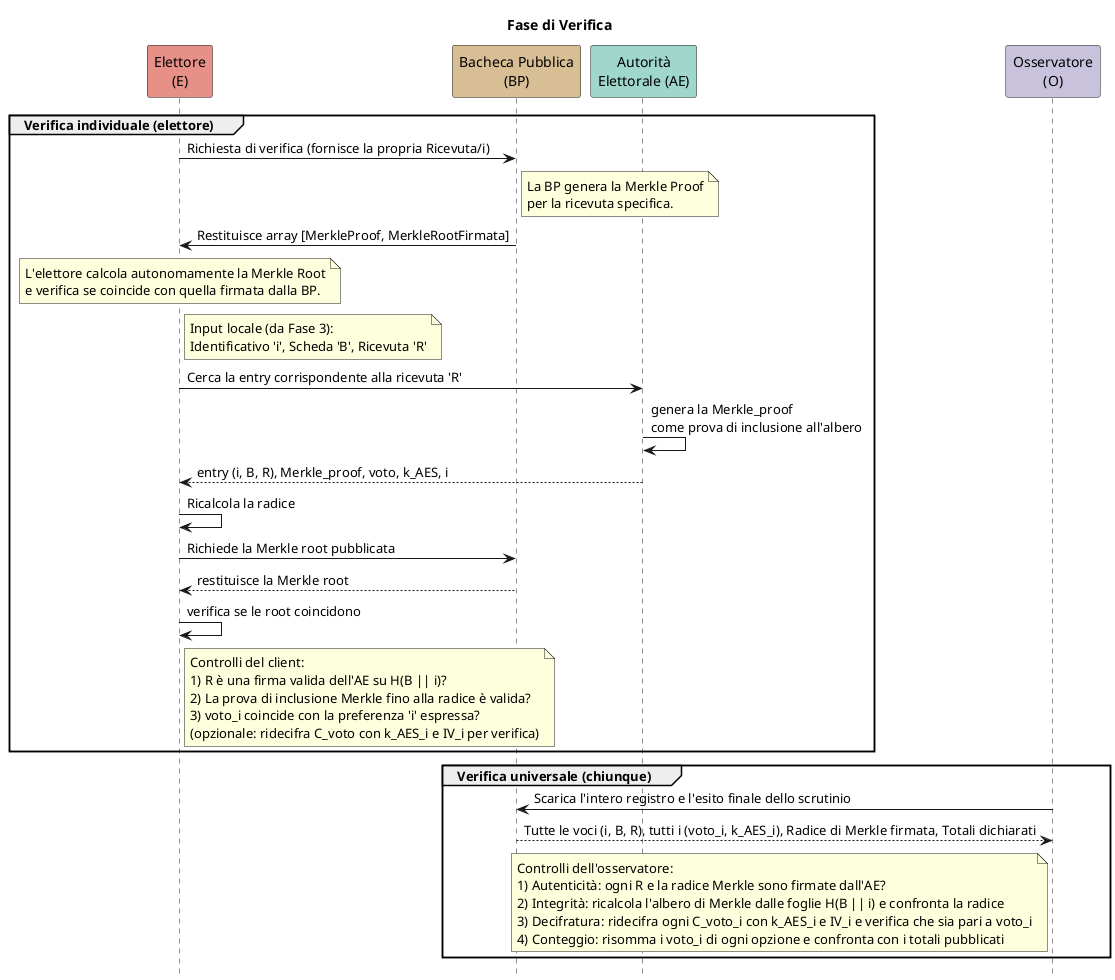
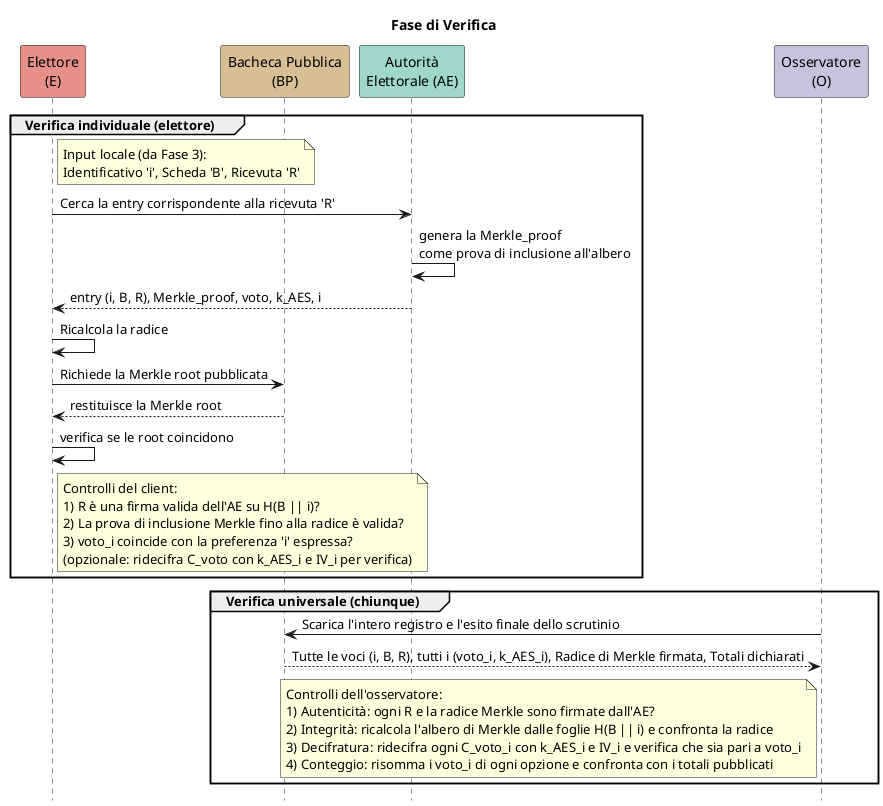
@startuml

hide footbox
title Fase di Verifica

participant "Elettore\n(E)" as E #e79088
participant "Bacheca Pubblica\n(BP)" as BP #d8be94
participant "Autorità\nElettorale (AE)" as AE #a0d7cc
participant "Osservatore\n(O)" as O #c9c2dd

group Verifica individuale (elettore)
- 
- E -> BP: Richiesta di verifica (fornisce la propria Ricevuta/i)
- note right of BP: La BP genera la Merkle Proof\nper la ricevuta specifica.
- 
- BP -> E: Restituisce array [MerkleProof, MerkleRootFirmata]
- 
- note over E: L'elettore calcola autonomamente la Merkle Root\ne verifica se coincide con quella firmata dalla BP.
    note right of E
        Input locale (da Fase 3):
        Identificativo 'i', Scheda 'B', Ricevuta 'R'
    end note

    E -> AE: Cerca la entry corrispondente alla ricevuta 'R'
    AE -> AE: genera la Merkle_proof \ncome prova di inclusione all'albero
    AE --> E: entry (i, B, R), Merkle_proof, voto, k_AES, i

    E -> E: Ricalcola la radice

    E -> BP: Richiede la Merkle root pubblicata
    BP --> E: restituisce la Merkle root

    E -> E: verifica se le root coincidono

    note right of E
        Controlli del client:
        1) R è una firma valida dell'AE su H(B || i)?
        2) La prova di inclusione Merkle fino alla radice è valida?
        3) voto_i coincide con la preferenza 'i' espressa?
        (opzionale: ridecifra C_voto con k_AES_i e IV_i per verifica)
    end note
end

group Verifica universale (chiunque)
    O -> BP: Scarica l'intero registro e l'esito finale dello scrutinio
    BP --> O: Tutte le voci (i, B, R), tutti i (voto_i, k_AES_i), Radice di Merkle firmata, Totali dichiarati

    note left of O
        Controlli dell'osservatore:
        1) Autenticità: ogni R e la radice Merkle sono firmate dall'AE?
        2) Integrità: ricalcola l'albero di Merkle dalle foglie H(B || i) e confronta la radice
        3) Decifratura: ridecifra ogni C_voto_i con k_AES_i e IV_i e verifica che sia pari a voto_i
        4) Conteggio: risomma i voto_i di ogni opzione e confronta con i totali pubblicati
    end note
end

@enduml